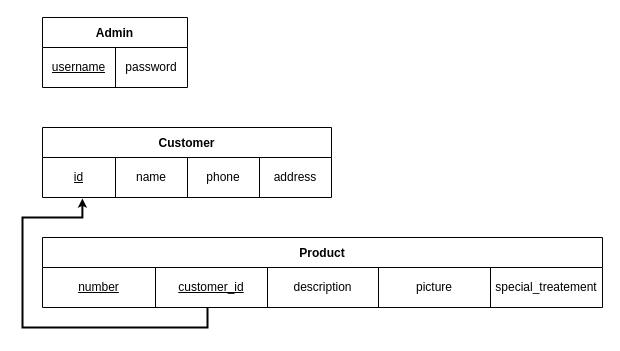
The draw.io diagram assets/diagrams/RelationalMapping.drawio in izzat-najah-edu/carpet-cleaning-service-management, before the edit. Source tidied: cells renumbered, new cells numbered last; positions are measured from the earlier drawing's top-left corner, leaving out a move shared by most shapes. Both pictures are drawn from the tidied source at 100%, with x=0, y=0 at pixel (22, 17).
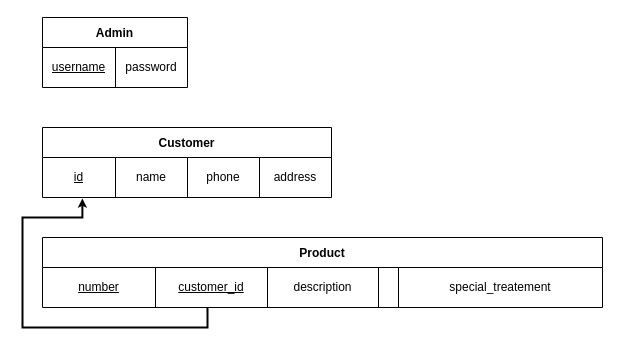
The same diagram, later.

Unchanged cells that the change refers to:
```xml
<mxCell id="13" style="shape=tableRow;horizontal=0;startSize=0;swimlaneHead=0;swimlaneBody=0;top=0;left=0;bottom=0;right=0;fillColor=none;points=[[0,0.5],[1,0.5]];portConstraint=eastwest;" parent="12" vertex="1">
  <mxGeometry y="30" width="560" height="40" as="geometry" />
</mxCell>
```

Diff of the diagram source:
```diff
@@
-    <mxCell id="17" value="picture" style="shape=partialRectangle;html=1;whiteSpace=wrap;fillColor=none;top=0;left=0;bottom=0;right=0;overflow=hidden;" parent="13" vertex="1">
-      <mxGeometry x="336" width="112" height="40" as="geometry" />
+    <mxCell id="17" style="shape=partialRectangle;html=1;whiteSpace=wrap;fillColor=none;top=0;left=0;bottom=0;right=0;overflow=hidden;" parent="13" vertex="1">
+      <mxGeometry x="336" width="20" height="40" as="geometry" />
     </mxCell>
     <mxCell id="18" value="special_treatement" style="shape=partialRectangle;html=1;whiteSpace=wrap;fillColor=none;top=0;left=0;bottom=0;right=0;overflow=hidden;" parent="13" vertex="1">
-      <mxGeometry x="448" width="112" height="40" as="geometry" />
+      <mxGeometry x="356" width="204" height="40" as="geometry" />
     </mxCell>
```
